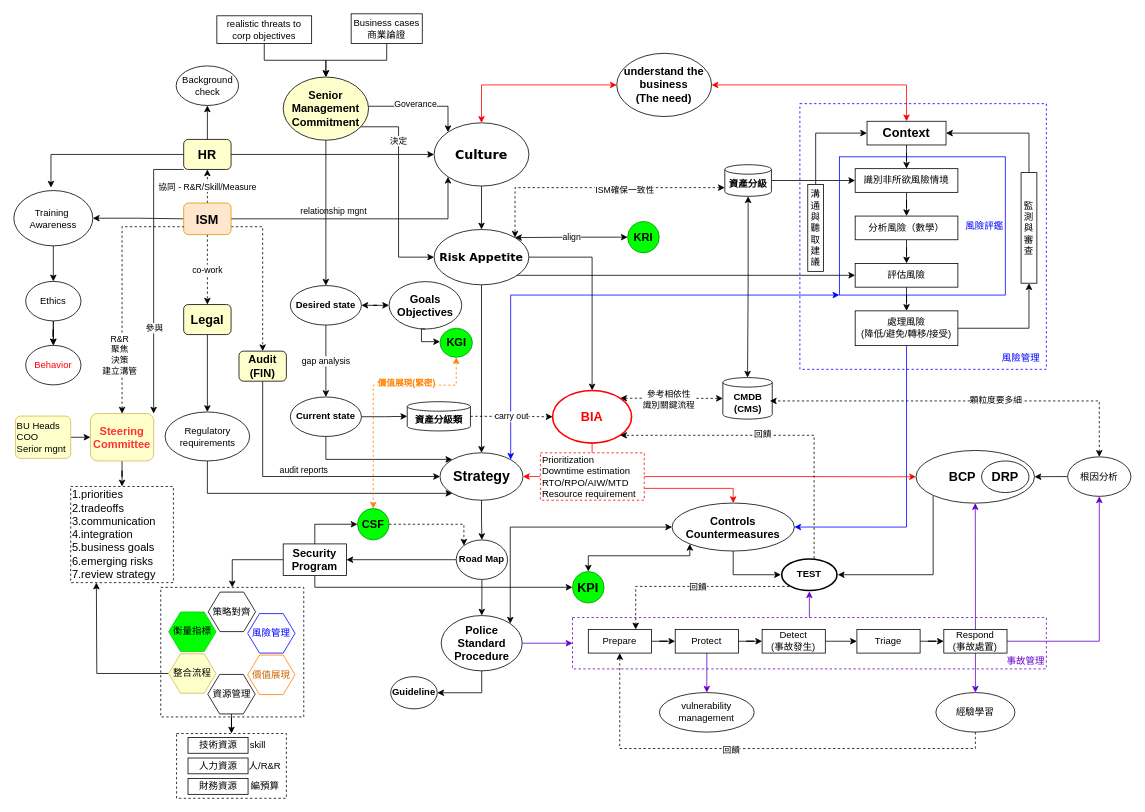
Above: CISM.drawio in digipenguin/machinelearn-ndu (draw.io), before the change. Source tidied: cells renumbered, new cells numbered last; positions are measured from the earlier drawing's top-left corner, leaving out a move shared by most shapes. Both pictures are drawn from the tidied source at 79%, with x=0, y=0 at pixel (13, 13).
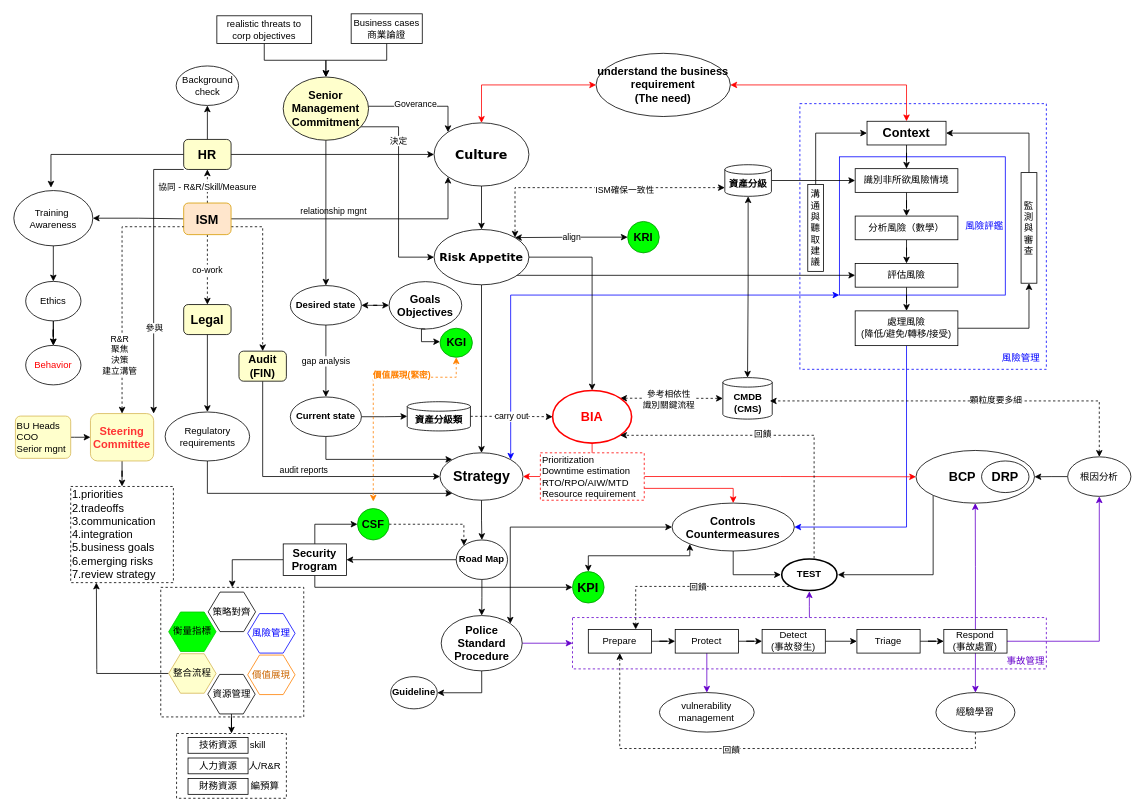
After the change.

Unchanged cells that the change refers to:
```xml
<mxCell id="133" value="&lt;b&gt;&lt;font style=&quot;font-size: 14px&quot;&gt;CSF&lt;/font&gt;&lt;/b&gt;" style="ellipse;whiteSpace=wrap;html=1;strokeColor=#009900;fillColor=#00FF00;" parent="1" vertex="1">
  <mxGeometry x="435" y="626.2" width="40" height="39.8" as="geometry" />
</mxCell>
<mxCell id="139" value="&lt;b&gt;&lt;font style=&quot;font-size: 14px&quot;&gt;KGI&lt;/font&gt;&lt;/b&gt;" style="ellipse;whiteSpace=wrap;html=1;strokeColor=#009900;fillColor=#00FF00;" parent="1" vertex="1">
  <mxGeometry x="539.5" y="398" width="41" height="36.8" as="geometry" />
</mxCell>
```

The edit, as a diff of the source:
```diff
@@
-    <mxCell id="116" value="&lt;font style=&quot;font-size: 14px&quot;&gt;&lt;b&gt;understand the business&lt;br&gt;(The need)&lt;br&gt;&lt;/b&gt;&lt;/font&gt;" style="ellipse;whiteSpace=wrap;html=1;" parent="1" vertex="1">
-      <mxGeometry x="763.2" y="50" width="120" height="80" as="geometry" />
+    <mxCell id="116" value="&lt;font style=&quot;font-size: 14px&quot;&gt;&lt;b&gt;understand the business requirement&lt;br&gt;(The need)&lt;br&gt;&lt;/b&gt;&lt;/font&gt;" style="ellipse;whiteSpace=wrap;html=1;" parent="1" vertex="1">
+      <mxGeometry x="737" y="50" width="170" height="80" as="geometry" />
     </mxCell>
@@
-    <mxCell id="137" style="edgeStyle=orthogonalEdgeStyle;rounded=0;jettySize=auto;html=1;startArrow=classic;startFill=1;endArrow=classic;endFill=1;exitX=0.5;exitY=1;exitDx=0;exitDy=0;dashed=1;strokeColor=#FF8000;" parent="1" edge="1" source="139" target="133">
+    <mxCell id="137" style="edgeStyle=orthogonalEdgeStyle;rounded=0;jettySize=auto;html=1;startArrow=classic;startFill=1;endArrow=classic;endFill=1;dashed=1;strokeColor=#FF8000;exitX=0.5;exitY=1;exitDx=0;exitDy=0;" parent="1" edge="1" source="139">
       <mxGeometry relative="1" as="geometry">
+        <mxPoint x="455" y="617.3" as="targetPoint" />
         <Array as="points">
-          <mxPoint x="560" y="470" />
-          <mxPoint x="455" y="470" />
+          <mxPoint x="560" y="460" />
+          <mxPoint x="455" y="460" />
         </Array>
       </mxGeometry>
     </mxCell>
```
